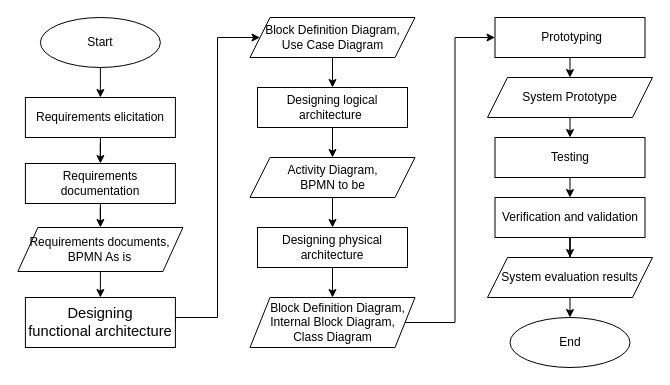
This is Method auction (Thesis).drawio from ariesharry/Diagrams, a draw.io file, before an edit. Source tidied: cells renumbered, new cells numbered last; positions are measured from the earlier drawing's top-left corner, leaving out a move shared by most shapes. Both pictures are drawn from the tidied source at 100%, with x=0, y=0 at pixel (17, 17).
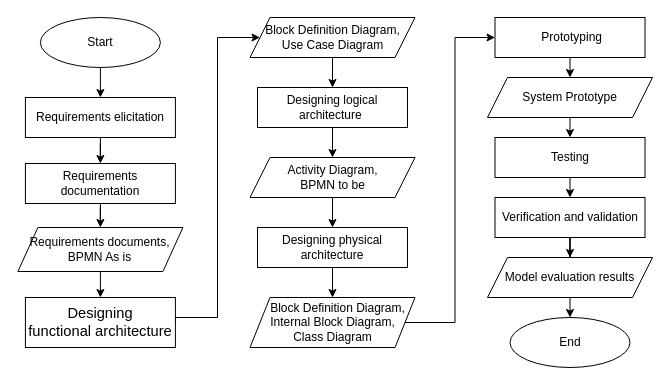
After the change.

Diff of the diagram source:
```diff
@@
-    <mxCell id="24" value="System evaluation results" style="shape=parallelogram;perimeter=parallelogramPerimeter;whiteSpace=wrap;html=1;fixedSize=1;" parent="1" vertex="1">
+    <mxCell id="24" value="Model evaluation results" style="shape=parallelogram;perimeter=parallelogramPerimeter;whiteSpace=wrap;html=1;fixedSize=1;" parent="1" vertex="1">
       <mxGeometry x="470" y="240" width="165" height="40" as="geometry" />
     </mxCell>
```
